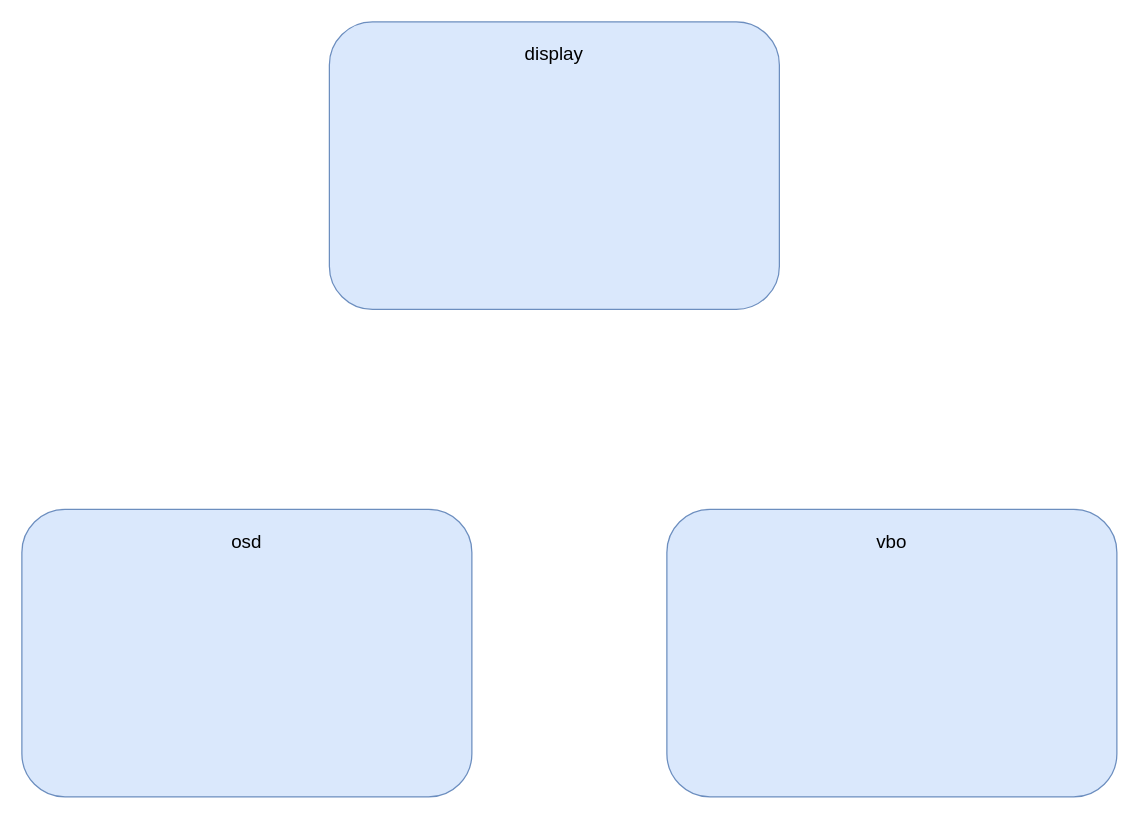
Before: display.drawio in OrangeKitten/nerwork, a draw.io diagram. Source tidied: cells renumbered, new cells numbered last; positions are measured from the earlier drawing's top-left corner, leaving out a move shared by most shapes. Both pictures are drawn from the tidied source at 125%, with x=0, y=0 at pixel (21, 21).
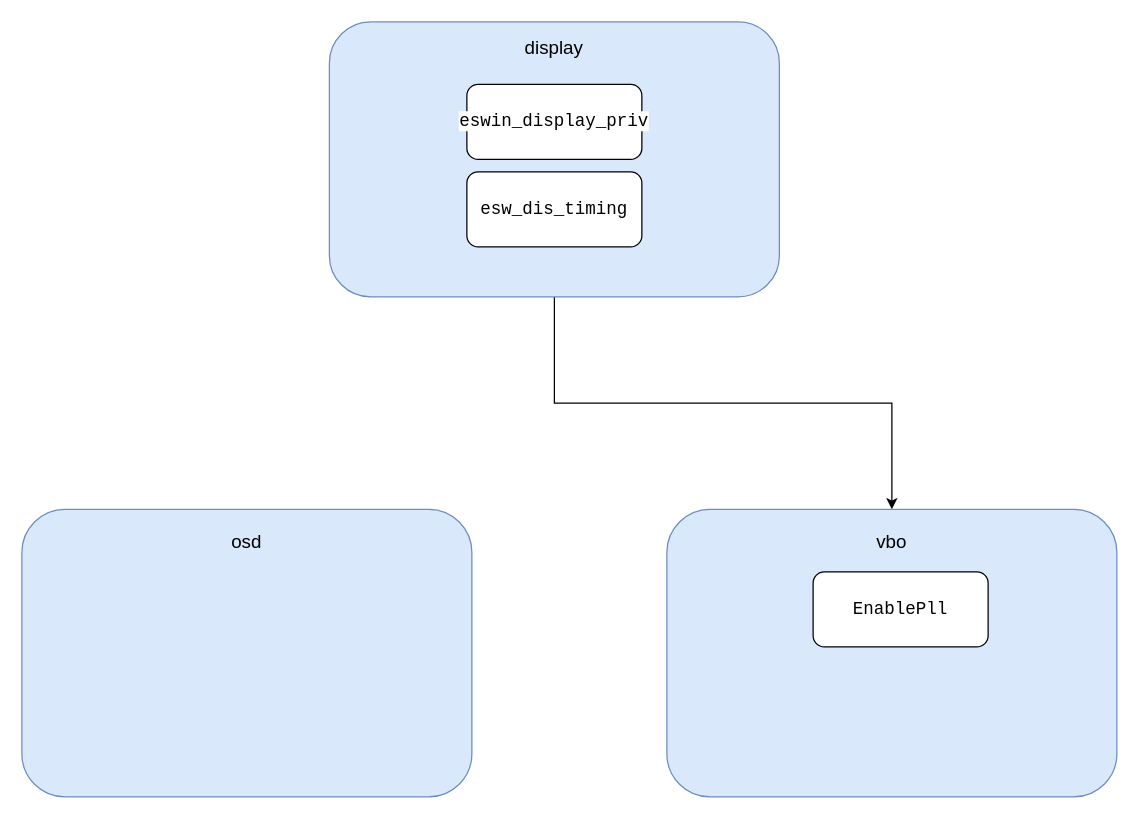
The same page after the edit.

The edit, as a diff of the source:
```diff
@@
 <mxGraphModel>
   <root>
     <mxCell id="0" />
     <mxCell id="1" parent="0" />
+    <mxCell id="5" style="edgeStyle=orthogonalEdgeStyle;rounded=0;jettySize=auto;html=1;entryX=0.5;entryY=0;entryDx=0;entryDy=0;" parent="1" edge="1" source="2" target="4">
+      <mxGeometry relative="1" as="geometry" />
+    </mxCell>
     <mxCell id="2" value="&lt;font style=&quot;font-size: 15px;&quot;&gt;display&lt;br&gt;&lt;br&gt;&lt;br&gt;&lt;br&gt;&lt;br&gt;&lt;br&gt;&lt;br&gt;&lt;br&gt;&lt;br&gt;&lt;br&gt;&lt;/font&gt;&lt;div style=&quot;font-size: 15px;&quot;&gt;&lt;br&gt;&lt;/div&gt;" style="rounded=1;whiteSpace=wrap;html=1;fillColor=#dae8fc;strokeColor=#6c8ebf;" parent="1" vertex="1">
-      <mxGeometry x="246" width="360" height="230" as="geometry" />
+      <mxGeometry x="246" width="360" height="220" as="geometry" />
     </mxCell>
     <mxCell id="3" value="&lt;font style=&quot;border-color: var(--border-color); font-size: 15px;&quot;&gt;osd&lt;br style=&quot;border-color: var(--border-color);&quot;&gt;&lt;br style=&quot;border-color: var(--border-color);&quot;&gt;&lt;br style=&quot;border-color: var(--border-color);&quot;&gt;&lt;br style=&quot;border-color: var(--border-color);&quot;&gt;&lt;br style=&quot;border-color: var(--border-color);&quot;&gt;&lt;br style=&quot;border-color: var(--border-color);&quot;&gt;&lt;br style=&quot;border-color: var(--border-color);&quot;&gt;&lt;br style=&quot;border-color: var(--border-color);&quot;&gt;&lt;br style=&quot;border-color: var(--border-color);&quot;&gt;&lt;br style=&quot;border-color: var(--border-color);&quot;&gt;&lt;/font&gt;&lt;div style=&quot;border-color: var(--border-color); font-size: 15px;&quot;&gt;&lt;br style=&quot;border-color: var(--border-color);&quot;&gt;&lt;/div&gt;" style="rounded=1;whiteSpace=wrap;html=1;fillColor=#dae8fc;strokeColor=#6c8ebf;" parent="1" vertex="1">
       <mxGeometry y="390" width="360" height="230" as="geometry" />
     </mxCell>
     <mxCell id="4" value="&lt;font style=&quot;border-color: var(--border-color); font-size: 15px;&quot;&gt;vbo&lt;br style=&quot;border-color: var(--border-color);&quot;&gt;&lt;br style=&quot;border-color: var(--border-color);&quot;&gt;&lt;br style=&quot;border-color: var(--border-color);&quot;&gt;&lt;br style=&quot;border-color: var(--border-color);&quot;&gt;&lt;br style=&quot;border-color: var(--border-color);&quot;&gt;&lt;br style=&quot;border-color: var(--border-color);&quot;&gt;&lt;br style=&quot;border-color: var(--border-color);&quot;&gt;&lt;br style=&quot;border-color: var(--border-color);&quot;&gt;&lt;br style=&quot;border-color: var(--border-color);&quot;&gt;&lt;br style=&quot;border-color: var(--border-color);&quot;&gt;&lt;/font&gt;&lt;div style=&quot;border-color: var(--border-color); font-size: 15px;&quot;&gt;&lt;br style=&quot;border-color: var(--border-color);&quot;&gt;&lt;/div&gt;" style="rounded=1;whiteSpace=wrap;html=1;fillColor=#dae8fc;strokeColor=#6c8ebf;" parent="1" vertex="1">
       <mxGeometry x="516" y="390" width="360" height="230" as="geometry" />
     </mxCell>
+    <mxCell id="6" value="&lt;div style=&quot;font-family: Consolas, &amp;quot;Courier New&amp;quot;, monospace; font-size: 14px; line-height: 19px; white-space: pre;&quot;&gt;&lt;span style=&quot;background-color: rgb(255, 255, 255);&quot;&gt;eswin_display_priv&lt;/span&gt;&lt;/div&gt;" style="rounded=1;whiteSpace=wrap;html=1;" parent="1" vertex="1">
+      <mxGeometry x="356" y="50" width="140" height="60" as="geometry" />
+    </mxCell>
+    <mxCell id="7" value="&lt;div style=&quot;font-family: Consolas, &amp;quot;Courier New&amp;quot;, monospace; font-size: 14px; line-height: 19px; white-space: pre;&quot;&gt;&lt;div style=&quot;line-height: 19px;&quot;&gt;&lt;span style=&quot;background-color: rgb(255, 255, 255);&quot;&gt;esw_dis_timing&lt;/span&gt;&lt;/div&gt;&lt;/div&gt;" style="rounded=1;whiteSpace=wrap;html=1;" parent="1" vertex="1">
+      <mxGeometry x="356" y="120" width="140" height="60" as="geometry" />
+    </mxCell>
+    <mxCell id="8" value="&lt;div style=&quot;font-family: Consolas, &amp;quot;Courier New&amp;quot;, monospace; font-size: 14px; line-height: 19px; white-space: pre;&quot;&gt;&lt;div style=&quot;line-height: 19px;&quot;&gt;&lt;span style=&quot;background-color: rgb(255, 255, 255);&quot;&gt;EnablePll&lt;/span&gt;&lt;/div&gt;&lt;/div&gt;" style="rounded=1;whiteSpace=wrap;html=1;" parent="1" vertex="1">
+      <mxGeometry x="633" y="440" width="140" height="60" as="geometry" />
+    </mxCell>
   </root>
 </mxGraphModel>
```
